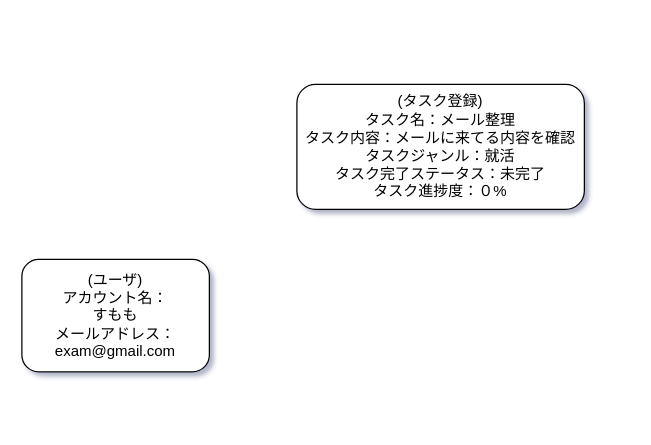
The draw.io diagram 3-2 オブジェクト図(ドメインモデルの具体例) こっちから書くことも.drawio in OMOCHInoHOSHI/2025-ToDoapp, before the edit. Source tidied: cells renumbered, new cells numbered last; positions are measured from the earlier drawing's top-left corner, leaving out a move shared by most shapes. Both pictures are drawn from the tidied source at 125%, with x=0, y=0 at pixel (21, 84).
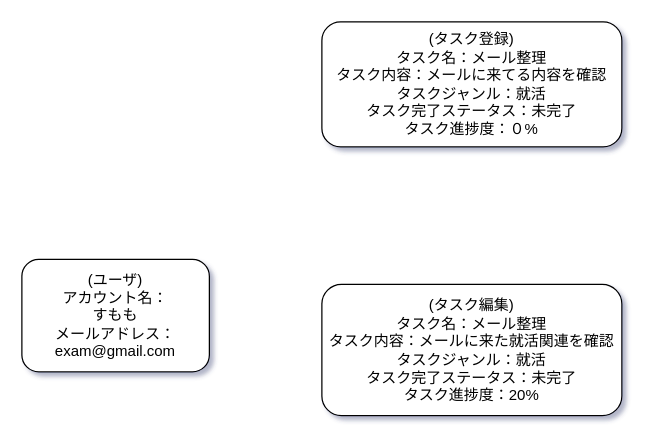
The same diagram, later.

Commit message:
タスク編集例

The edit, as a diff of the source:
```diff
@@
 <mxGraphModel background="#FFFFFF" shadow="1">
   <root>
     <mxCell id="0" />
     <mxCell id="1" parent="0" />
     <mxCell id="2" value="(ユーザ&lt;span style=&quot;background-color: transparent;&quot;&gt;)&lt;/span&gt;&lt;div&gt;&lt;span style=&quot;background-color: transparent;&quot;&gt;アカウント名：&lt;br&gt;すもも&lt;br&gt;メールアドレス：exam@gmail.com&lt;/span&gt;&lt;/div&gt;" style="rounded=1;whiteSpace=wrap;html=1;" parent="1" vertex="1">
       <mxGeometry y="140" width="150" height="90" as="geometry" />
     </mxCell>
     <mxCell id="3" value="(タスク登録)&lt;div&gt;タスク名：メール整理&lt;/div&gt;&lt;div&gt;タスク内容：メールに来てる内容を確認&lt;/div&gt;&lt;div&gt;タスクジャンル：就活&lt;/div&gt;&lt;div&gt;タスク完了ステータス：未完了&lt;/div&gt;&lt;div&gt;タスク進捗度：０%&lt;/div&gt;" style="rounded=1;whiteSpace=wrap;html=1;" parent="1" vertex="1">
-      <mxGeometry x="220" width="230" height="100" as="geometry" />
+      <mxGeometry x="240" y="-50" width="240" height="100" as="geometry" />
     </mxCell>
+    <mxCell id="4" value="(タスク編集)&lt;div&gt;タスク名：メール整理&lt;/div&gt;&lt;div&gt;タスク内容：メールに来た就活関連を確認&lt;/div&gt;&lt;div&gt;タスクジャンル：就活&lt;/div&gt;&lt;div&gt;タスク完了ステータス：未完了&lt;/div&gt;&lt;div&gt;タスク進捗度：20%&lt;/div&gt;" style="rounded=1;whiteSpace=wrap;html=1;" parent="1" vertex="1">
+      <mxGeometry x="240" y="160" width="240" height="105" as="geometry" />
+    </mxCell>
   </root>
 </mxGraphModel>
```
